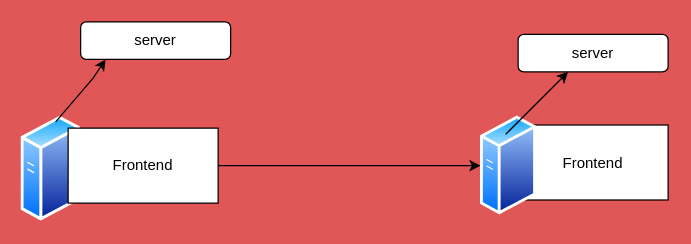
Before: Untitled Diagram.drawio in Birkofniki/Augastine-, a draw.io diagram. Source tidied: cells renumbered, new cells numbered last; positions are measured from the earlier drawing's top-left corner, leaving out a move shared by most shapes. Both pictures are drawn from the tidied source at 125%, with x=0, y=0 at pixel (20, 21).
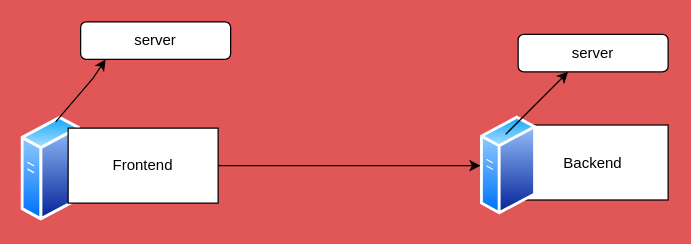
The same diagram, later.

Change to the diagram source:
```diff
@@
 <mxGraphModel background="#e15656">
   <root>
     <mxCell id="0" />
     <mxCell id="1" parent="0" />
     <mxCell id="2" style="image;perimeter=ellipsePerimeter;html=1;align=center;shadow=0;dashed=0;spacingTop=3;image=img/lib/active_directory/generic_server.svg;" parent="1" vertex="1">
       <mxGeometry x="0.4" y="75" width="47.6" height="85" as="geometry" />
     </mxCell>
     <mxCell id="3" style="edgeStyle=orthogonalEdgeStyle;rounded=0;jettySize=auto;html=1;exitX=1;exitY=0.5;exitDx=0;exitDy=0;entryX=0;entryY=0.5;entryDx=0;entryDy=0;" parent="1" edge="1" source="4" target="6">
       <mxGeometry relative="1" as="geometry" />
     </mxCell>
     <mxCell id="4" value="Frontend" style="rounded=0;whiteSpace=wrap;html=1;" parent="1" vertex="1">
       <mxGeometry x="38" y="85" width="120" height="60" as="geometry" />
     </mxCell>
-    <mxCell id="5" value="Frontend" style="rounded=0;whiteSpace=wrap;html=1;" parent="1" vertex="1">
+    <mxCell id="5" value="Backend" style="rounded=0;whiteSpace=wrap;html=1;" parent="1" vertex="1">
       <mxGeometry x="398" y="82.5" width="120" height="60" as="geometry" />
     </mxCell>
     <mxCell id="6" style="image;perimeter=ellipsePerimeter;html=1;align=center;shadow=0;dashed=0;spacingTop=3;image=img/lib/active_directory/generic_server.svg;" parent="1" vertex="1">
       <mxGeometry x="368" y="75" width="44.8" height="80" as="geometry" />
     </mxCell>
     <mxCell id="7" style="endArrow=classic;html=1;rounded=0;" parent="1" edge="1">
       <mxGeometry relative="1" as="geometry">
         <mxPoint x="388" y="90" as="sourcePoint" />
         <mxPoint x="438" y="40" as="targetPoint" />
       </mxGeometry>
     </mxCell>
     <mxCell id="8" value="server" style="rounded=1;whiteSpace=wrap;html=1;" parent="1" vertex="1">
       <mxGeometry x="398" y="10" width="120" height="30" as="geometry" />
     </mxCell>
     <mxCell id="9" value="server" style="rounded=1;whiteSpace=wrap;html=1;" parent="1" vertex="1">
       <mxGeometry x="48" width="120" height="30" as="geometry" />
     </mxCell>
     <mxCell id="10" style="endArrow=classic;html=1;rounded=0;" parent="1" edge="1">
       <mxGeometry relative="1" as="geometry">
         <mxPoint x="28" y="80" as="sourcePoint" />
         <mxPoint x="68" y="30" as="targetPoint" />
         <Array as="points">
           <mxPoint x="58" y="45" />
         </Array>
       </mxGeometry>
     </mxCell>
   </root>
 </mxGraphModel>
```
